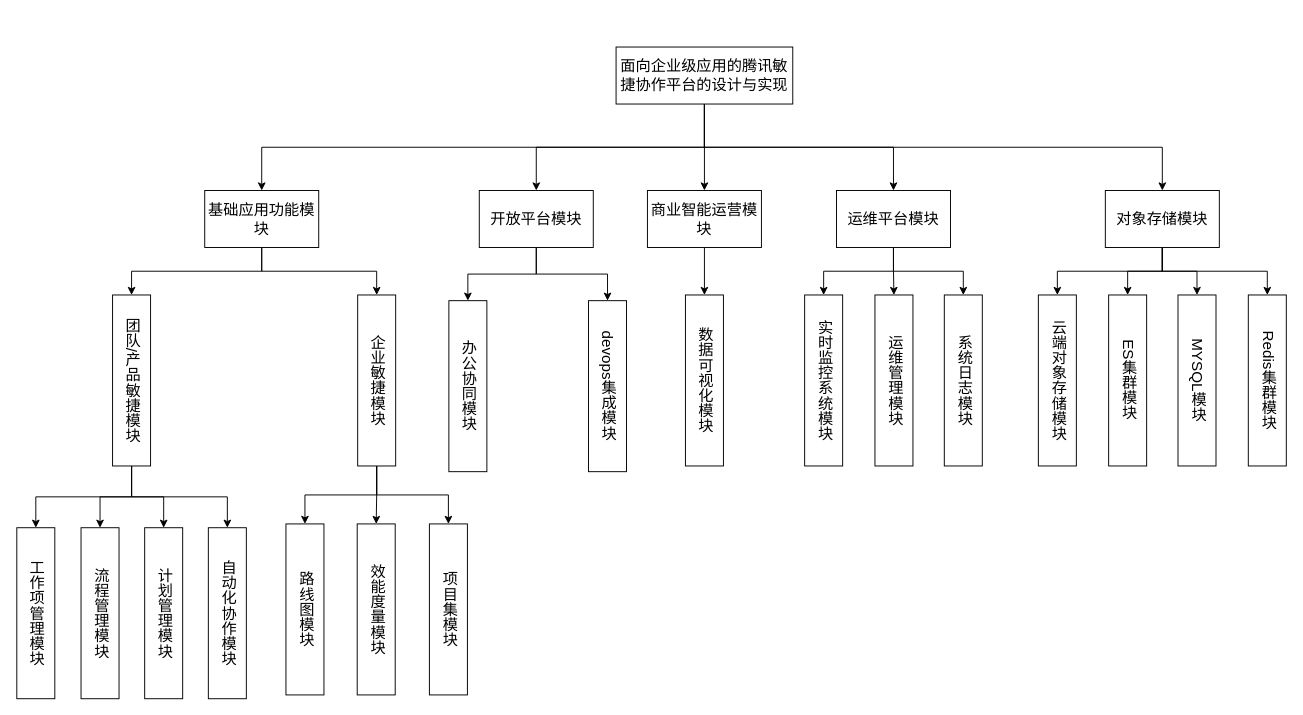
qf2020/drawio keeps this draw.io diagram as system.drawio. Above is the earlier version. Source tidied: cells renumbered, new cells numbered last; positions are measured from the earlier drawing's top-left corner, leaving out a move shared by most shapes. Both pictures are drawn from the tidied source at 95%, with x=0, y=0 at pixel (16, 47).
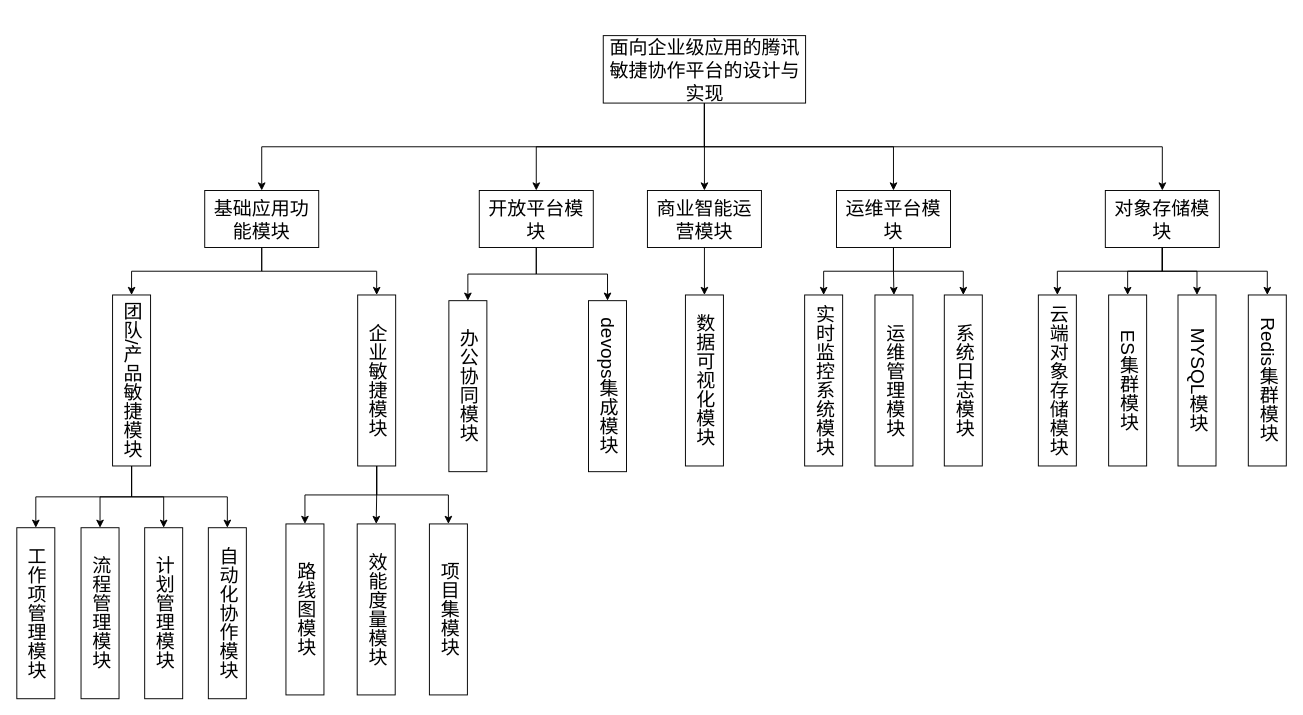
The same page after the edit.

Change to the diagram source:
```diff
@@
-    <mxCell id="2" style="edgeStyle=orthogonalEdgeStyle;rounded=0;jettySize=auto;html=1;exitX=0.5;exitY=1;exitDx=0;exitDy=0;fontStyle=0;fontSize=16;" parent="1" edge="1" source="7" target="10">
+    <mxCell id="2" style="edgeStyle=orthogonalEdgeStyle;rounded=0;jettySize=auto;html=1;exitX=0.5;exitY=1;exitDx=0;exitDy=0;fontStyle=0;fontSize=20;" parent="1" edge="1" source="7" target="10">
       <mxGeometry relative="1" as="geometry" />
     </mxCell>
-    <mxCell id="3" style="edgeStyle=orthogonalEdgeStyle;rounded=0;jettySize=auto;html=1;exitX=0.5;exitY=1;exitDx=0;exitDy=0;entryX=0.5;entryY=0;entryDx=0;entryDy=0;fontStyle=0;fontSize=16;" parent="1" edge="1" source="7" target="22">
+    <mxCell id="3" style="edgeStyle=orthogonalEdgeStyle;rounded=0;jettySize=auto;html=1;exitX=0.5;exitY=1;exitDx=0;exitDy=0;entryX=0.5;entryY=0;entryDx=0;entryDy=0;fontStyle=0;fontSize=20;" parent="1" edge="1" source="7" target="22">
       <mxGeometry relative="1" as="geometry" />
     </mxCell>
-    <mxCell id="4" style="edgeStyle=orthogonalEdgeStyle;rounded=0;jettySize=auto;html=1;exitX=0.5;exitY=1;exitDx=0;exitDy=0;entryX=0.5;entryY=0;entryDx=0;entryDy=0;fontStyle=0;fontSize=16;" parent="1" edge="1" source="7" target="18">
+    <mxCell id="4" style="edgeStyle=orthogonalEdgeStyle;rounded=0;jettySize=auto;html=1;exitX=0.5;exitY=1;exitDx=0;exitDy=0;entryX=0.5;entryY=0;entryDx=0;entryDy=0;fontStyle=0;fontSize=20;" parent="1" edge="1" source="7" target="18">
       <mxGeometry relative="1" as="geometry" />
     </mxCell>
-    <mxCell id="5" style="edgeStyle=orthogonalEdgeStyle;rounded=0;jettySize=auto;html=1;exitX=0.5;exitY=1;exitDx=0;exitDy=0;fontStyle=0;fontSize=16;" parent="1" edge="1" source="7" target="13">
+    <mxCell id="5" style="edgeStyle=orthogonalEdgeStyle;rounded=0;jettySize=auto;html=1;exitX=0.5;exitY=1;exitDx=0;exitDy=0;fontStyle=0;fontSize=20;" parent="1" edge="1" source="7" target="13">
       <mxGeometry relative="1" as="geometry" />
     </mxCell>
-    <mxCell id="6" style="edgeStyle=orthogonalEdgeStyle;rounded=0;jettySize=auto;html=1;exitX=0.5;exitY=1;exitDx=0;exitDy=0;" parent="1" edge="1" source="7" target="46">
+    <mxCell id="6" style="edgeStyle=orthogonalEdgeStyle;rounded=0;jettySize=auto;html=1;exitX=0.5;exitY=1;exitDx=0;exitDy=0;fontSize=20;" parent="1" edge="1" source="7" target="46">
       <mxGeometry relative="1" as="geometry" />
     </mxCell>
-    <mxCell id="7" value="&lt;p class=&quot;MsoNormal&quot;&gt;&lt;span style=&quot;font-family: 宋体;&quot;&gt;&lt;font face=&quot;宋体&quot;&gt;&lt;span&gt;面向企业级应用的腾讯敏捷协作平台的设计与实现&lt;/span&gt;&lt;/font&gt;&lt;/span&gt;&lt;/p&gt;" style="rounded=0;whiteSpace=wrap;html=1;fontStyle=0;fontSize=16;" parent="1" vertex="1">
-      <mxGeometry x="631" width="186" height="60" as="geometry" />
+    <mxCell id="7" value="&lt;p class=&quot;MsoNormal&quot;&gt;&lt;span style=&quot;font-family: 宋体;&quot;&gt;&lt;font face=&quot;宋体&quot;&gt;&lt;span&gt;面向企业级应用的腾讯敏捷协作平台的设计与实现&lt;/span&gt;&lt;/font&gt;&lt;/span&gt;&lt;/p&gt;" style="rounded=0;whiteSpace=wrap;html=1;fontStyle=0;fontSize=20;" parent="1" vertex="1">
+      <mxGeometry x="617.5" y="-12" width="213" height="71" as="geometry" />
     </mxCell>
-    <mxCell id="8" style="edgeStyle=orthogonalEdgeStyle;rounded=0;jettySize=auto;html=1;exitX=0.5;exitY=1;exitDx=0;exitDy=0;entryX=0.5;entryY=0;entryDx=0;entryDy=0;fontStyle=0;fontSize=16;" parent="1" edge="1" source="10" target="27">
+    <mxCell id="8" style="edgeStyle=orthogonalEdgeStyle;rounded=0;jettySize=auto;html=1;exitX=0.5;exitY=1;exitDx=0;exitDy=0;entryX=0.5;entryY=0;entryDx=0;entryDy=0;fontStyle=0;fontSize=20;" parent="1" edge="1" source="10" target="27">
       <mxGeometry relative="1" as="geometry" />
     </mxCell>
-    <mxCell id="9" style="edgeStyle=orthogonalEdgeStyle;rounded=0;jettySize=auto;html=1;exitX=0.5;exitY=1;exitDx=0;exitDy=0;entryX=0.5;entryY=0;entryDx=0;entryDy=0;fontStyle=0;fontSize=16;" parent="1" edge="1" source="10" target="31">
+    <mxCell id="9" style="edgeStyle=orthogonalEdgeStyle;rounded=0;jettySize=auto;html=1;exitX=0.5;exitY=1;exitDx=0;exitDy=0;entryX=0.5;entryY=0;entryDx=0;entryDy=0;fontStyle=0;fontSize=20;" parent="1" edge="1" source="10" target="31">
       <mxGeometry relative="1" as="geometry" />
     </mxCell>
-    <mxCell id="10" value="&lt;p class=&quot;MsoNormal&quot;&gt;&lt;font face=&quot;宋体&quot;&gt;&lt;span&gt;&lt;span&gt;基础应用功能模块&lt;/span&gt;&lt;/span&gt;&lt;/font&gt;&lt;/p&gt;" style="rounded=0;whiteSpace=wrap;html=1;spacing=2;fontStyle=0;fontSize=16;" parent="1" vertex="1">
+    <mxCell id="10" value="&lt;p class=&quot;MsoNormal&quot;&gt;&lt;font face=&quot;宋体&quot;&gt;&lt;span&gt;&lt;span&gt;基础应用功能模块&lt;/span&gt;&lt;/span&gt;&lt;/font&gt;&lt;/p&gt;" style="rounded=0;whiteSpace=wrap;html=1;spacing=2;fontStyle=0;fontSize=20;" parent="1" vertex="1">
       <mxGeometry x="198" y="151" width="120" height="60" as="geometry" />
     </mxCell>
-    <mxCell id="11" style="edgeStyle=orthogonalEdgeStyle;rounded=0;jettySize=auto;html=1;exitX=0.5;exitY=1;exitDx=0;exitDy=0;entryX=0.5;entryY=0;entryDx=0;entryDy=0;" parent="1" edge="1" source="13" target="48">
+    <mxCell id="11" style="edgeStyle=orthogonalEdgeStyle;rounded=0;jettySize=auto;html=1;exitX=0.5;exitY=1;exitDx=0;exitDy=0;entryX=0.5;entryY=0;entryDx=0;entryDy=0;fontSize=20;" parent="1" edge="1" source="13" target="48">
       <mxGeometry relative="1" as="geometry" />
     </mxCell>
-    <mxCell id="12" style="edgeStyle=orthogonalEdgeStyle;rounded=0;jettySize=auto;html=1;exitX=0.5;exitY=1;exitDx=0;exitDy=0;entryX=0.5;entryY=0;entryDx=0;entryDy=0;" parent="1" edge="1" source="13" target="49">
+    <mxCell id="12" style="edgeStyle=orthogonalEdgeStyle;rounded=0;jettySize=auto;html=1;exitX=0.5;exitY=1;exitDx=0;exitDy=0;entryX=0.5;entryY=0;entryDx=0;entryDy=0;fontSize=20;" parent="1" edge="1" source="13" target="49">
       <mxGeometry relative="1" as="geometry" />
     </mxCell>
-    <mxCell id="13" value="&lt;p class=&quot;MsoNormal&quot;&gt;&lt;font face=&quot;宋体&quot;&gt;&lt;span&gt;&lt;span&gt;开放平台模块&lt;/span&gt;&lt;/span&gt;&lt;/font&gt;&lt;/p&gt;" style="rounded=0;whiteSpace=wrap;html=1;spacing=2;fontStyle=0;fontSize=16;" parent="1" vertex="1">
+    <mxCell id="13" value="&lt;p class=&quot;MsoNormal&quot;&gt;&lt;font face=&quot;宋体&quot;&gt;&lt;span&gt;&lt;span&gt;开放平台模块&lt;/span&gt;&lt;/span&gt;&lt;/font&gt;&lt;/p&gt;" style="rounded=0;whiteSpace=wrap;html=1;spacing=2;fontStyle=0;fontSize=20;" parent="1" vertex="1">
       <mxGeometry x="487" y="151" width="120" height="60" as="geometry" />
     </mxCell>
-    <mxCell id="14" style="edgeStyle=orthogonalEdgeStyle;rounded=0;jettySize=auto;html=1;exitX=0.5;exitY=1;exitDx=0;exitDy=0;entryX=0.5;entryY=0;entryDx=0;entryDy=0;fontStyle=0;fontSize=16;" parent="1" edge="1" source="18" target="38">
+    <mxCell id="14" style="edgeStyle=orthogonalEdgeStyle;rounded=0;jettySize=auto;html=1;exitX=0.5;exitY=1;exitDx=0;exitDy=0;entryX=0.5;entryY=0;entryDx=0;entryDy=0;fontStyle=0;fontSize=20;" parent="1" edge="1" source="18" target="38">
       <mxGeometry relative="1" as="geometry" />
     </mxCell>
-    <mxCell id="15" style="edgeStyle=orthogonalEdgeStyle;rounded=0;jettySize=auto;html=1;exitX=0.5;exitY=1;exitDx=0;exitDy=0;entryX=0.5;entryY=0;entryDx=0;entryDy=0;fontStyle=0;fontSize=16;" parent="1" edge="1" source="18" target="42">
+    <mxCell id="15" style="edgeStyle=orthogonalEdgeStyle;rounded=0;jettySize=auto;html=1;exitX=0.5;exitY=1;exitDx=0;exitDy=0;entryX=0.5;entryY=0;entryDx=0;entryDy=0;fontStyle=0;fontSize=20;" parent="1" edge="1" source="18" target="42">
       <mxGeometry relative="1" as="geometry" />
     </mxCell>
-    <mxCell id="16" style="edgeStyle=orthogonalEdgeStyle;rounded=0;jettySize=auto;html=1;exitX=0.5;exitY=1;exitDx=0;exitDy=0;entryX=0.5;entryY=0;entryDx=0;entryDy=0;fontStyle=0;fontSize=16;" parent="1" edge="1" source="18" target="43">
+    <mxCell id="16" style="edgeStyle=orthogonalEdgeStyle;rounded=0;jettySize=auto;html=1;exitX=0.5;exitY=1;exitDx=0;exitDy=0;entryX=0.5;entryY=0;entryDx=0;entryDy=0;fontStyle=0;fontSize=20;" parent="1" edge="1" source="18" target="43">
       <mxGeometry relative="1" as="geometry" />
     </mxCell>
-    <mxCell id="17" style="edgeStyle=orthogonalEdgeStyle;rounded=0;jettySize=auto;html=1;exitX=0.5;exitY=1;exitDx=0;exitDy=0;entryX=0.5;entryY=0;entryDx=0;entryDy=0;fontStyle=0;fontSize=16;" parent="1" edge="1" source="18" target="44">
+    <mxCell id="17" style="edgeStyle=orthogonalEdgeStyle;rounded=0;jettySize=auto;html=1;exitX=0.5;exitY=1;exitDx=0;exitDy=0;entryX=0.5;entryY=0;entryDx=0;entryDy=0;fontStyle=0;fontSize=20;" parent="1" edge="1" source="18" target="44">
       <mxGeometry relative="1" as="geometry" />
     </mxCell>
-    <mxCell id="18" value="&lt;p class=&quot;MsoNormal&quot;&gt;&lt;span style=&quot;font-family: 宋体;&quot;&gt;&lt;font face=&quot;宋体&quot;&gt;对象存储模块&lt;/font&gt;&lt;/span&gt;&lt;/p&gt;" style="rounded=0;whiteSpace=wrap;html=1;spacing=2;fontStyle=0;fontSize=16;" parent="1" vertex="1">
+    <mxCell id="18" value="&lt;p class=&quot;MsoNormal&quot;&gt;&lt;span style=&quot;font-family: 宋体;&quot;&gt;&lt;font face=&quot;宋体&quot;&gt;对象存储模块&lt;/font&gt;&lt;/span&gt;&lt;/p&gt;" style="rounded=0;whiteSpace=wrap;html=1;spacing=2;fontStyle=0;fontSize=20;" parent="1" vertex="1">
       <mxGeometry x="1146" y="151" width="120" height="60" as="geometry" />
     </mxCell>
-    <mxCell id="19" style="edgeStyle=orthogonalEdgeStyle;rounded=0;jettySize=auto;html=1;exitX=0.5;exitY=1;exitDx=0;exitDy=0;fontStyle=0;fontSize=16;" parent="1" edge="1" source="22" target="39">
+    <mxCell id="19" style="edgeStyle=orthogonalEdgeStyle;rounded=0;jettySize=auto;html=1;exitX=0.5;exitY=1;exitDx=0;exitDy=0;fontStyle=0;fontSize=20;" parent="1" edge="1" source="22" target="39">
       <mxGeometry relative="1" as="geometry" />
     </mxCell>
-    <mxCell id="20" style="edgeStyle=orthogonalEdgeStyle;rounded=0;jettySize=auto;html=1;exitX=0.5;exitY=1;exitDx=0;exitDy=0;entryX=0.5;entryY=0;entryDx=0;entryDy=0;fontStyle=0;fontSize=16;" parent="1" edge="1" source="22" target="40">
+    <mxCell id="20" style="edgeStyle=orthogonalEdgeStyle;rounded=0;jettySize=auto;html=1;exitX=0.5;exitY=1;exitDx=0;exitDy=0;entryX=0.5;entryY=0;entryDx=0;entryDy=0;fontStyle=0;fontSize=20;" parent="1" edge="1" source="22" target="40">
       <mxGeometry relative="1" as="geometry" />
     </mxCell>
-    <mxCell id="21" style="edgeStyle=orthogonalEdgeStyle;rounded=0;jettySize=auto;html=1;exitX=0.5;exitY=1;exitDx=0;exitDy=0;entryX=0.5;entryY=0;entryDx=0;entryDy=0;fontStyle=0;fontSize=16;" parent="1" edge="1" source="22" target="41">
+    <mxCell id="21" style="edgeStyle=orthogonalEdgeStyle;rounded=0;jettySize=auto;html=1;exitX=0.5;exitY=1;exitDx=0;exitDy=0;entryX=0.5;entryY=0;entryDx=0;entryDy=0;fontStyle=0;fontSize=20;" parent="1" edge="1" source="22" target="41">
       <mxGeometry relative="1" as="geometry" />
     </mxCell>
-    <mxCell id="22" value="&lt;p class=&quot;MsoNormal&quot;&gt;&lt;span style=&quot;font-family: 宋体;&quot;&gt;&lt;font face=&quot;宋体&quot;&gt;运维平台模块&lt;/font&gt;&lt;/span&gt;&lt;/p&gt;" style="rounded=0;whiteSpace=wrap;html=1;spacing=2;fontStyle=0;fontSize=16;" parent="1" vertex="1">
+    <mxCell id="22" value="&lt;p class=&quot;MsoNormal&quot;&gt;&lt;span style=&quot;font-family: 宋体;&quot;&gt;&lt;font face=&quot;宋体&quot;&gt;运维平台模块&lt;/font&gt;&lt;/span&gt;&lt;/p&gt;" style="rounded=0;whiteSpace=wrap;html=1;spacing=2;fontStyle=0;fontSize=20;" parent="1" vertex="1">
       <mxGeometry x="863" y="151" width="120" height="60" as="geometry" />
     </mxCell>
-    <mxCell id="23" style="edgeStyle=orthogonalEdgeStyle;rounded=0;jettySize=auto;html=1;exitX=0.5;exitY=1;exitDx=0;exitDy=0;entryX=0.5;entryY=0;entryDx=0;entryDy=0;fontStyle=0;fontSize=16;" parent="1" edge="1" source="27" target="32">
+    <mxCell id="23" style="edgeStyle=orthogonalEdgeStyle;rounded=0;jettySize=auto;html=1;exitX=0.5;exitY=1;exitDx=0;exitDy=0;entryX=0.5;entryY=0;entryDx=0;entryDy=0;fontStyle=0;fontSize=20;" parent="1" edge="1" source="27" target="32">
       <mxGeometry relative="1" as="geometry" />
     </mxCell>
-    <mxCell id="24" style="edgeStyle=orthogonalEdgeStyle;rounded=0;jettySize=auto;html=1;exitX=0.5;exitY=1;exitDx=0;exitDy=0;fontStyle=0;fontSize=16;" parent="1" edge="1" source="27" target="33">
+    <mxCell id="24" style="edgeStyle=orthogonalEdgeStyle;rounded=0;jettySize=auto;html=1;exitX=0.5;exitY=1;exitDx=0;exitDy=0;fontStyle=0;fontSize=20;" parent="1" edge="1" source="27" target="33">
       <mxGeometry relative="1" as="geometry" />
     </mxCell>
-    <mxCell id="25" style="edgeStyle=orthogonalEdgeStyle;rounded=0;jettySize=auto;html=1;exitX=0.5;exitY=1;exitDx=0;exitDy=0;entryX=0.5;entryY=0;entryDx=0;entryDy=0;fontStyle=0;fontSize=16;" parent="1" edge="1" source="27" target="34">
+    <mxCell id="25" style="edgeStyle=orthogonalEdgeStyle;rounded=0;jettySize=auto;html=1;exitX=0.5;exitY=1;exitDx=0;exitDy=0;entryX=0.5;entryY=0;entryDx=0;entryDy=0;fontStyle=0;fontSize=20;" parent="1" edge="1" source="27" target="34">
       <mxGeometry relative="1" as="geometry" />
     </mxCell>
-    <mxCell id="26" style="edgeStyle=orthogonalEdgeStyle;rounded=0;jettySize=auto;html=1;exitX=0.5;exitY=1;exitDx=0;exitDy=0;entryX=0.5;entryY=0;entryDx=0;entryDy=0;" parent="1" edge="1" source="27" target="50">
+    <mxCell id="26" style="edgeStyle=orthogonalEdgeStyle;rounded=0;jettySize=auto;html=1;exitX=0.5;exitY=1;exitDx=0;exitDy=0;entryX=0.5;entryY=0;entryDx=0;entryDy=0;fontSize=20;" parent="1" edge="1" source="27" target="50">
       <mxGeometry relative="1" as="geometry" />
     </mxCell>
-    <mxCell id="27" value="团队/产品敏捷模块" style="rounded=0;whiteSpace=wrap;html=1;textDirection=vertical-rl;fontStyle=0;fontSize=16;" parent="1" vertex="1">
+    <mxCell id="27" value="团队/产品敏捷模块" style="rounded=0;whiteSpace=wrap;html=1;textDirection=vertical-rl;fontStyle=0;fontSize=20;" parent="1" vertex="1">
       <mxGeometry x="101" y="261" width="40" height="180" as="geometry" />
     </mxCell>
-    <mxCell id="28" style="edgeStyle=orthogonalEdgeStyle;rounded=0;jettySize=auto;html=1;exitX=0.5;exitY=1;exitDx=0;exitDy=0;entryX=0.5;entryY=0;entryDx=0;entryDy=0;fontStyle=0;fontSize=16;" parent="1" edge="1" source="31" target="35">
+    <mxCell id="28" style="edgeStyle=orthogonalEdgeStyle;rounded=0;jettySize=auto;html=1;exitX=0.5;exitY=1;exitDx=0;exitDy=0;entryX=0.5;entryY=0;entryDx=0;entryDy=0;fontStyle=0;fontSize=20;" parent="1" edge="1" source="31" target="35">
       <mxGeometry relative="1" as="geometry" />
     </mxCell>
-    <mxCell id="29" style="edgeStyle=orthogonalEdgeStyle;rounded=0;jettySize=auto;html=1;exitX=0.5;exitY=1;exitDx=0;exitDy=0;entryX=0.5;entryY=0;entryDx=0;entryDy=0;fontStyle=0;fontSize=16;" parent="1" edge="1" source="31" target="36">
+    <mxCell id="29" style="edgeStyle=orthogonalEdgeStyle;rounded=0;jettySize=auto;html=1;exitX=0.5;exitY=1;exitDx=0;exitDy=0;entryX=0.5;entryY=0;entryDx=0;entryDy=0;fontStyle=0;fontSize=20;" parent="1" edge="1" source="31" target="36">
       <mxGeometry relative="1" as="geometry" />
     </mxCell>
-    <mxCell id="30" style="edgeStyle=orthogonalEdgeStyle;rounded=0;jettySize=auto;html=1;exitX=0.5;exitY=1;exitDx=0;exitDy=0;entryX=0.5;entryY=0;entryDx=0;entryDy=0;fontStyle=0;fontSize=16;" parent="1" edge="1" source="31" target="37">
+    <mxCell id="30" style="edgeStyle=orthogonalEdgeStyle;rounded=0;jettySize=auto;html=1;exitX=0.5;exitY=1;exitDx=0;exitDy=0;entryX=0.5;entryY=0;entryDx=0;entryDy=0;fontStyle=0;fontSize=20;" parent="1" edge="1" source="31" target="37">
       <mxGeometry relative="1" as="geometry" />
     </mxCell>
-    <mxCell id="31" value="&lt;span&gt;企业敏捷模块&lt;/span&gt;" style="rounded=0;whiteSpace=wrap;html=1;textDirection=vertical-rl;fontStyle=0;fontSize=16;" parent="1" vertex="1">
+    <mxCell id="31" value="&lt;span&gt;企业敏捷模块&lt;/span&gt;" style="rounded=0;whiteSpace=wrap;html=1;textDirection=vertical-rl;fontStyle=0;fontSize=20;" parent="1" vertex="1">
       <mxGeometry x="359" y="261" width="40" height="180" as="geometry" />
     </mxCell>
-    <mxCell id="32" value="工作项管理模块" style="rounded=0;whiteSpace=wrap;html=1;textDirection=vertical-rl;fontStyle=0;fontSize=16;" parent="1" vertex="1">
+    <mxCell id="32" value="工作项管理模块" style="rounded=0;whiteSpace=wrap;html=1;textDirection=vertical-rl;fontStyle=0;fontSize=20;" parent="1" vertex="1">
       <mxGeometry x="0.2" y="506" width="40" height="180" as="geometry" />
     </mxCell>
-    <mxCell id="33" value="流程管理模块" style="rounded=0;whiteSpace=wrap;html=1;textDirection=vertical-rl;fontStyle=0;fontSize=16;" parent="1" vertex="1">
+    <mxCell id="33" value="流程管理模块" style="rounded=0;whiteSpace=wrap;html=1;textDirection=vertical-rl;fontStyle=0;fontSize=20;" parent="1" vertex="1">
       <mxGeometry x="67.8" y="506" width="40" height="180" as="geometry" />
     </mxCell>
-    <mxCell id="34" value="计划管理模块" style="rounded=0;whiteSpace=wrap;html=1;textDirection=vertical-rl;fontStyle=0;fontSize=16;" parent="1" vertex="1">
+    <mxCell id="34" value="计划管理模块" style="rounded=0;whiteSpace=wrap;html=1;textDirection=vertical-rl;fontStyle=0;fontSize=20;" parent="1" vertex="1">
       <mxGeometry x="134.8" y="506" width="40" height="180" as="geometry" />
     </mxCell>
-    <mxCell id="35" value="路线图模块" style="rounded=0;whiteSpace=wrap;html=1;textDirection=vertical-rl;fontStyle=0;fontSize=16;" parent="1" vertex="1">
+    <mxCell id="35" value="路线图模块" style="rounded=0;whiteSpace=wrap;html=1;textDirection=vertical-rl;fontStyle=0;fontSize=20;" parent="1" vertex="1">
       <mxGeometry x="283.5" y="502" width="40" height="180" as="geometry" />
     </mxCell>
-    <mxCell id="36" value="效能度量模块" style="rounded=0;whiteSpace=wrap;html=1;textDirection=vertical-rl;fontStyle=0;fontSize=16;" parent="1" vertex="1">
+    <mxCell id="36" value="效能度量模块" style="rounded=0;whiteSpace=wrap;html=1;textDirection=vertical-rl;fontStyle=0;fontSize=20;" parent="1" vertex="1">
       <mxGeometry x="358.5" y="502" width="40" height="180" as="geometry" />
     </mxCell>
-    <mxCell id="37" value="项目集模块" style="rounded=0;whiteSpace=wrap;html=1;textDirection=vertical-rl;fontStyle=0;fontSize=16;" parent="1" vertex="1">
+    <mxCell id="37" value="项目集模块" style="rounded=0;whiteSpace=wrap;html=1;textDirection=vertical-rl;fontStyle=0;fontSize=20;" parent="1" vertex="1">
       <mxGeometry x="434.5" y="502" width="40" height="180" as="geometry" />
     </mxCell>
-    <mxCell id="38" value="云端对象存储模块" style="rounded=0;whiteSpace=wrap;html=1;textDirection=vertical-rl;fontStyle=0;fontSize=16;flipH=0;" parent="1" vertex="1">
+    <mxCell id="38" value="云端对象存储模块" style="rounded=0;whiteSpace=wrap;html=1;textDirection=vertical-rl;fontStyle=0;fontSize=20;flipH=0;" parent="1" vertex="1">
       <mxGeometry x="1075.5" y="261" width="40" height="180" as="geometry" />
     </mxCell>
-    <mxCell id="39" value="实时监控系统模块" style="rounded=0;whiteSpace=wrap;html=1;textDirection=vertical-rl;fontStyle=0;fontSize=16;flipH=0;" parent="1" vertex="1">
+    <mxCell id="39" value="实时监控系统模块" style="rounded=0;whiteSpace=wrap;html=1;textDirection=vertical-rl;fontStyle=0;fontSize=20;flipH=0;" parent="1" vertex="1">
       <mxGeometry x="829.5" y="261" width="40" height="180" as="geometry" />
     </mxCell>
-    <mxCell id="40" value="运维管理模块" style="rounded=0;whiteSpace=wrap;html=1;textDirection=vertical-rl;fontStyle=0;fontSize=16;flipH=0;" parent="1" vertex="1">
+    <mxCell id="40" value="运维管理模块" style="rounded=0;whiteSpace=wrap;html=1;textDirection=vertical-rl;fontStyle=0;fontSize=20;flipH=0;" parent="1" vertex="1">
       <mxGeometry x="903.5" y="261" width="40" height="180" as="geometry" />
     </mxCell>
-    <mxCell id="41" value="系统日志模块" style="rounded=0;whiteSpace=wrap;html=1;textDirection=vertical-rl;fontStyle=0;fontSize=16;flipH=0;" parent="1" vertex="1">
+    <mxCell id="41" value="系统日志模块" style="rounded=0;whiteSpace=wrap;html=1;textDirection=vertical-rl;fontStyle=0;fontSize=20;flipH=0;" parent="1" vertex="1">
       <mxGeometry x="976.5" y="261" width="40" height="180" as="geometry" />
     </mxCell>
-    <mxCell id="42" value="ES集群模块" style="rounded=0;whiteSpace=wrap;html=1;textDirection=vertical-rl;fontStyle=0;fontSize=16;flipH=0;" parent="1" vertex="1">
+    <mxCell id="42" value="ES集群模块" style="rounded=0;whiteSpace=wrap;html=1;textDirection=vertical-rl;fontStyle=0;fontSize=20;flipH=0;" parent="1" vertex="1">
       <mxGeometry x="1149.5" y="261" width="40" height="180" as="geometry" />
     </mxCell>
-    <mxCell id="43" value="MYSQL模块" style="rounded=0;whiteSpace=wrap;html=1;textDirection=vertical-rl;fontStyle=0;fontSize=16;flipH=0;" parent="1" vertex="1">
+    <mxCell id="43" value="MYSQL模块" style="rounded=0;whiteSpace=wrap;html=1;textDirection=vertical-rl;fontStyle=0;fontSize=20;flipH=0;" parent="1" vertex="1">
       <mxGeometry x="1222.5" y="261" width="40" height="180" as="geometry" />
     </mxCell>
-    <mxCell id="44" value="Redis集群模块" style="rounded=0;whiteSpace=wrap;html=1;textDirection=vertical-rl;fontStyle=0;fontSize=16;flipH=0;" parent="1" vertex="1">
+    <mxCell id="44" value="Redis集群模块" style="rounded=0;whiteSpace=wrap;html=1;textDirection=vertical-rl;fontStyle=0;fontSize=20;flipH=0;" parent="1" vertex="1">
       <mxGeometry x="1296.5" y="261" width="40" height="180" as="geometry" />
     </mxCell>
-    <mxCell id="45" style="edgeStyle=orthogonalEdgeStyle;rounded=0;jettySize=auto;html=1;exitX=0.5;exitY=1;exitDx=0;exitDy=0;entryX=0.5;entryY=0;entryDx=0;entryDy=0;" parent="1" edge="1" source="46" target="47">
+    <mxCell id="45" style="edgeStyle=orthogonalEdgeStyle;rounded=0;jettySize=auto;html=1;exitX=0.5;exitY=1;exitDx=0;exitDy=0;entryX=0.5;entryY=0;entryDx=0;entryDy=0;fontSize=20;" parent="1" edge="1" source="46" target="47">
       <mxGeometry relative="1" as="geometry" />
     </mxCell>
-    <mxCell id="46" value="&lt;p class=&quot;MsoNormal&quot;&gt;&lt;font face=&quot;宋体&quot;&gt;&lt;span&gt;&lt;span&gt;商业智能运营模块&lt;/span&gt;&lt;/span&gt;&lt;/font&gt;&lt;/p&gt;" style="rounded=0;whiteSpace=wrap;html=1;spacing=2;fontStyle=0;fontSize=16;" parent="1" vertex="1">
+    <mxCell id="46" value="&lt;p class=&quot;MsoNormal&quot;&gt;&lt;font face=&quot;宋体&quot;&gt;&lt;span&gt;&lt;span&gt;商业智能运营模块&lt;/span&gt;&lt;/span&gt;&lt;/font&gt;&lt;/p&gt;" style="rounded=0;whiteSpace=wrap;html=1;spacing=2;fontStyle=0;fontSize=20;" parent="1" vertex="1">
       <mxGeometry x="664" y="151" width="120" height="60" as="geometry" />
     </mxCell>
-    <mxCell id="47" value="数据可视化模块" style="rounded=0;whiteSpace=wrap;html=1;textDirection=vertical-rl;fontStyle=0;fontSize=16;" parent="1" vertex="1">
+    <mxCell id="47" value="数据可视化模块" style="rounded=0;whiteSpace=wrap;html=1;textDirection=vertical-rl;fontStyle=0;fontSize=20;" parent="1" vertex="1">
       <mxGeometry x="704" y="261" width="40" height="180" as="geometry" />
     </mxCell>
-    <mxCell id="48" value="办公协同模块" style="rounded=0;whiteSpace=wrap;html=1;textDirection=vertical-rl;fontStyle=0;fontSize=16;" parent="1" vertex="1">
+    <mxCell id="48" value="办公协同模块" style="rounded=0;whiteSpace=wrap;html=1;textDirection=vertical-rl;fontStyle=0;fontSize=20;" parent="1" vertex="1">
       <mxGeometry x="455" y="267" width="40" height="180" as="geometry" />
     </mxCell>
-    <mxCell id="49" value="devops集成模块" style="rounded=0;whiteSpace=wrap;html=1;textDirection=vertical-rl;fontStyle=0;fontSize=16;" parent="1" vertex="1">
+    <mxCell id="49" value="devops集成模块" style="rounded=0;whiteSpace=wrap;html=1;textDirection=vertical-rl;fontStyle=0;fontSize=20;" parent="1" vertex="1">
       <mxGeometry x="602" y="267" width="40" height="180" as="geometry" />
     </mxCell>
-    <mxCell id="50" value="自动化协作模块" style="rounded=0;whiteSpace=wrap;html=1;textDirection=vertical-rl;fontStyle=0;fontSize=16;" parent="1" vertex="1">
+    <mxCell id="50" value="自动化协作模块" style="rounded=0;whiteSpace=wrap;html=1;textDirection=vertical-rl;fontStyle=0;fontSize=20;" parent="1" vertex="1">
       <mxGeometry x="201.8" y="506" width="40" height="180" as="geometry" />
     </mxCell>
```
